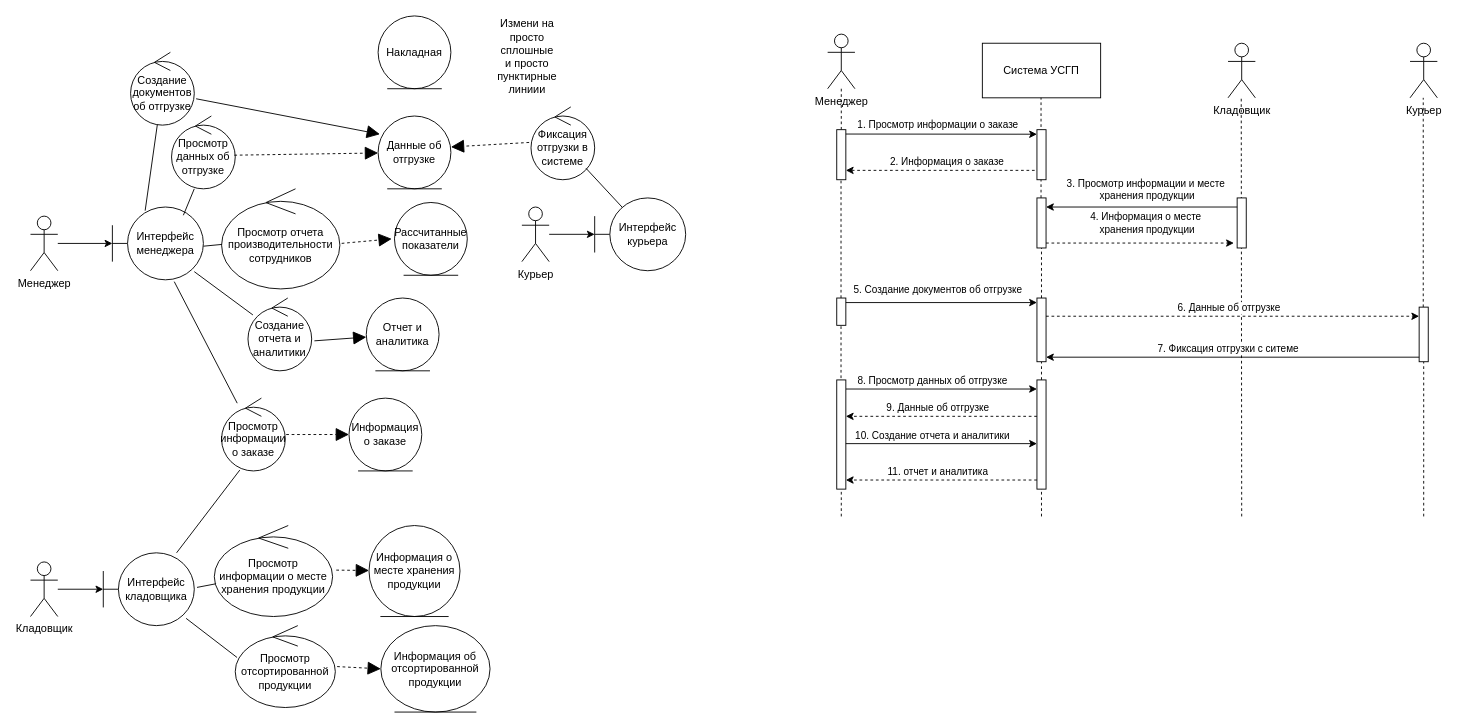
Before: ОРТПС_4.drawio in mopsin666/AKMS, a draw.io diagram. Source tidied: cells renumbered, new cells numbered last; positions are measured from the earlier drawing's top-left corner, leaving out a move shared by most shapes. Both pictures are drawn from the tidied source at 91%, with x=0, y=0 at pixel (30, 15).
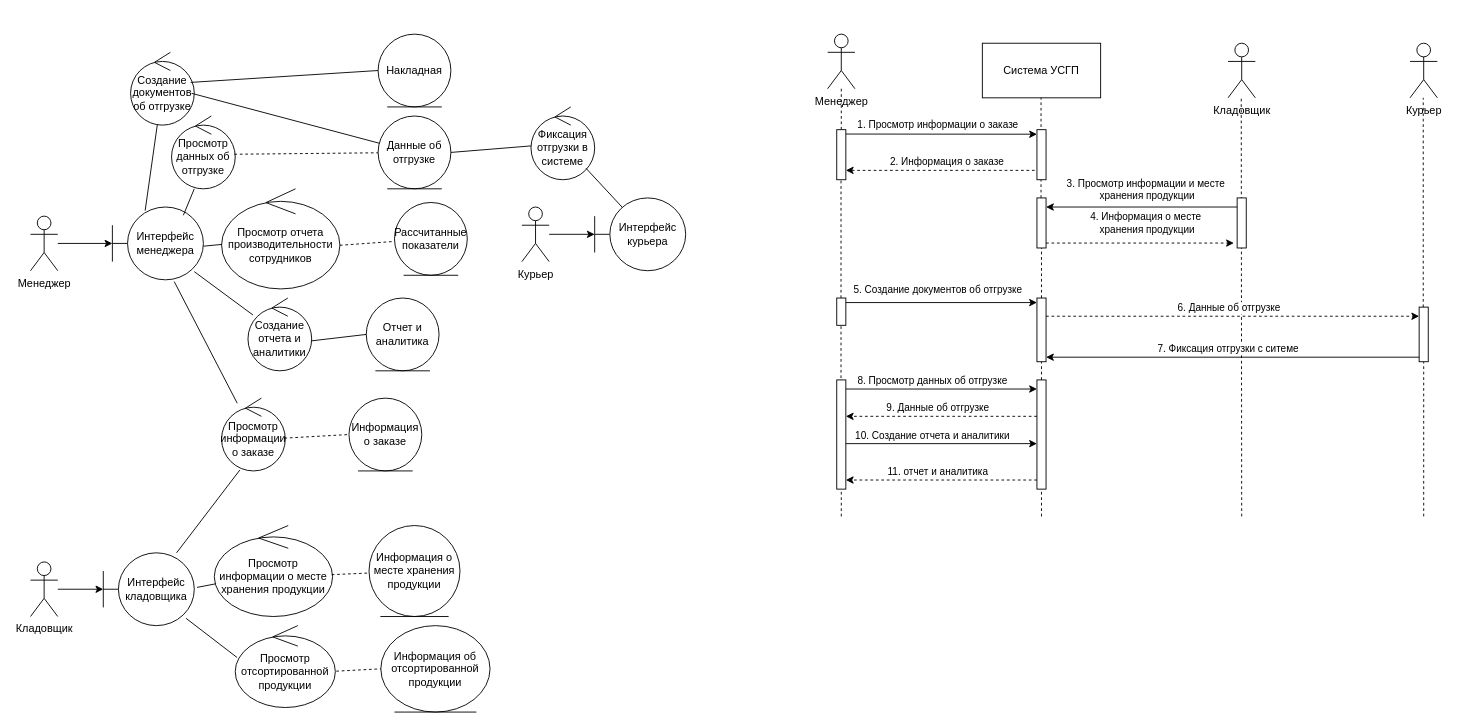
Above is the later version.

Unchanged cells that the change refers to:
```xml
<mxCell id="5" value="Просмотр информации о заказе" style="ellipse;shape=umlControl;whiteSpace=wrap;html=1;" parent="1" vertex="1">
  <mxGeometry x="210" y="420" width="70" height="80" as="geometry" />
</mxCell>
<mxCell id="6" value="Просмотр данных об отгрузке" style="ellipse;shape=umlControl;whiteSpace=wrap;html=1;" parent="1" vertex="1">
  <mxGeometry x="155" y="110" width="70" height="80" as="geometry" />
</mxCell>
<mxCell id="7" value="Просмотр отчета производительности сотрудников" style="ellipse;shape=umlControl;whiteSpace=wrap;html=1;" parent="1" vertex="1">
  <mxGeometry x="210" y="190" width="130" height="110" as="geometry" />
</mxCell>
<mxCell id="8" value="Создание отчета и аналитики" style="ellipse;shape=umlControl;whiteSpace=wrap;html=1;" parent="1" vertex="1">
  <mxGeometry x="239" y="310" width="70" height="80" as="geometry" />
</mxCell>
<mxCell id="9" value="Информация о заказе" style="ellipse;shape=umlEntity;whiteSpace=wrap;html=1;" parent="1" vertex="1">
  <mxGeometry x="350" y="420" width="80" height="80" as="geometry" />
</mxCell>
<mxCell id="10" value="Данные об отгрузке" style="ellipse;shape=umlEntity;whiteSpace=wrap;html=1;" parent="1" vertex="1">
  <mxGeometry x="382" y="110" width="80" height="80" as="geometry" />
</mxCell>
<mxCell id="11" value="Рассчитанные показатели" style="ellipse;shape=umlEntity;whiteSpace=wrap;html=1;" parent="1" vertex="1">
  <mxGeometry x="400" y="205" width="80" height="80" as="geometry" />
</mxCell>
<mxCell id="12" value="Отчет и аналитика" style="ellipse;shape=umlEntity;whiteSpace=wrap;html=1;" parent="1" vertex="1">
  <mxGeometry x="369" y="310" width="80" height="80" as="geometry" />
</mxCell>
<mxCell id="24" value="Просмотр отсортированной продукции" style="ellipse;shape=umlControl;whiteSpace=wrap;html=1;" parent="1" vertex="1">
  <mxGeometry x="225" y="670" width="110" height="90" as="geometry" />
</mxCell>
<mxCell id="25" value="Просмотр информации о месте хранения продукции" style="ellipse;shape=umlControl;whiteSpace=wrap;html=1;" parent="1" vertex="1">
  <mxGeometry x="202" y="560" width="130" height="100" as="geometry" />
</mxCell>
<mxCell id="26" value="Информация о месте хранения продукции" style="ellipse;shape=umlEntity;whiteSpace=wrap;html=1;" parent="1" vertex="1">
  <mxGeometry x="372" y="560" width="100" height="100" as="geometry" />
</mxCell>
<mxCell id="27" value="Информация об отсортированной продукции" style="ellipse;shape=umlEntity;whiteSpace=wrap;html=1;" parent="1" vertex="1">
  <mxGeometry x="385" y="670" width="120" height="95" as="geometry" />
</mxCell>
<mxCell id="36" value="Фиксация отгрузки в системе" style="ellipse;shape=umlControl;whiteSpace=wrap;html=1;" parent="1" vertex="1">
  <mxGeometry x="550" y="100" width="70" height="80" as="geometry" />
</mxCell>
<mxCell id="37" value="Создание документов об отгрузке" style="ellipse;shape=umlControl;whiteSpace=wrap;html=1;" parent="1" vertex="1">
  <mxGeometry x="110" y="40" width="70" height="80" as="geometry" />
</mxCell>
```

The edit, as a diff of the source:
```diff
@@
-    <mxCell id="17" style="endArrow=block;dashed=1;endFill=1;endSize=12;html=1;rounded=0;curved=0;entryX=0;entryY=0.5;entryDx=0;entryDy=0;" parent="1" edge="1" target="9">
-      <mxGeometry relative="1" as="geometry">
-        <mxPoint x="281" y="460" as="sourcePoint" />
-      </mxGeometry>
-    </mxCell>
-    <mxCell id="18" style="endArrow=block;dashed=1;endFill=1;endSize=12;html=1;rounded=0;curved=0;exitX=0.986;exitY=0.538;exitDx=0;exitDy=0;exitPerimeter=0;" parent="1" edge="1" source="6" target="10">
-      <mxGeometry relative="1" as="geometry" />
-    </mxCell>
-    <mxCell id="19" style="endArrow=block;dashed=1;endFill=1;endSize=12;html=1;rounded=0;curved=0;exitX=1.015;exitY=0.545;exitDx=0;exitDy=0;exitPerimeter=0;" parent="1" edge="1" source="7">
-      <mxGeometry relative="1" as="geometry">
-        <mxPoint x="397" y="245" as="targetPoint" />
-      </mxGeometry>
-    </mxCell>
-    <mxCell id="20" style="endArrow=block;endFill=1;endSize=12;html=1;rounded=0;curved=0;exitX=1.043;exitY=0.588;exitDx=0;exitDy=0;exitPerimeter=0;" parent="1" edge="1" source="8" target="12">
-      <mxGeometry relative="1" as="geometry" />
-    </mxCell>
@@
-    <mxCell id="30" style="endArrow=block;dashed=1;endFill=1;endSize=12;html=1;rounded=0;curved=0;exitX=1.031;exitY=0.49;exitDx=0;exitDy=0;exitPerimeter=0;" parent="1" edge="1" source="25" target="26">
-      <mxGeometry relative="1" as="geometry" />
-    </mxCell>
-    <mxCell id="31" style="endArrow=block;dashed=1;endFill=1;endSize=12;html=1;rounded=0;curved=0;exitX=1.018;exitY=0.5;exitDx=0;exitDy=0;exitPerimeter=0;entryX=0;entryY=0.5;entryDx=0;entryDy=0;" parent="1" edge="1" source="24" target="27">
-      <mxGeometry relative="1" as="geometry" />
-    </mxCell>
@@
-    <mxCell id="39" style="endArrow=block;endFill=1;endSize=12;html=1;rounded=0;curved=0;exitX=1.029;exitY=0.638;exitDx=0;exitDy=0;exitPerimeter=0;entryX=0.025;entryY=0.25;entryDx=0;entryDy=0;entryPerimeter=0;" parent="1" edge="1" source="37" target="10">
-      <mxGeometry relative="1" as="geometry" />
-    </mxCell>
@@
-    <mxCell id="41" style="endArrow=block;dashed=1;endFill=1;endSize=12;html=1;rounded=0;curved=0;exitX=-0.029;exitY=0.488;exitDx=0;exitDy=0;exitPerimeter=0;entryX=1;entryY=0.425;entryDx=0;entryDy=0;entryPerimeter=0;" parent="1" edge="1" source="36" target="10">
-      <mxGeometry relative="1" as="geometry" />
-    </mxCell>
@@
     <mxCell id="88" value="Накладная" style="ellipse;shape=umlEntity;whiteSpace=wrap;html=1;" parent="1" vertex="1">
-      <mxGeometry x="382" width="80" height="80" as="geometry" />
+      <mxGeometry x="382" y="20" width="80" height="80" as="geometry" />
     </mxCell>
-    <mxCell id="89" value="Измени на просто сплошные и просто пунктирные линиии" style="text;html=1;whiteSpace=wrap;strokeColor=none;fillColor=none;align=center;verticalAlign=middle;rounded=0;" parent="1" vertex="1">
-      <mxGeometry x="516" y="30" width="60" height="30" as="geometry" />
-    </mxCell>
+    <mxCell id="90" style="endArrow=none;html=1;rounded=0;exitX=0.943;exitY=0.413;exitDx=0;exitDy=0;exitPerimeter=0;entryX=0;entryY=0.5;entryDx=0;entryDy=0;" parent="1" edge="1" source="37" target="88">
+      <mxGeometry relative="1" as="geometry" />
+    </mxCell>
+    <mxCell id="39" style="endArrow=none;html=1;rounded=0;exitX=0.957;exitY=0.563;exitDx=0;exitDy=0;exitPerimeter=0;" parent="1" edge="1" source="37" target="10">
+      <mxGeometry relative="1" as="geometry" />
+    </mxCell>
+    <mxCell id="20" style="endArrow=none;html=1;rounded=0;exitX=1;exitY=0.588;exitDx=0;exitDy=0;exitPerimeter=0;entryX=0;entryY=0.5;entryDx=0;entryDy=0;" parent="1" edge="1" source="8" target="12">
+      <mxGeometry relative="1" as="geometry" />
+    </mxCell>
+    <mxCell id="91" style="endArrow=none;html=1;rounded=0;exitX=1;exitY=0.5;exitDx=0;exitDy=0;" parent="1" edge="1" source="10" target="36">
+      <mxGeometry relative="1" as="geometry" />
+    </mxCell>
+    <mxCell id="18" style="endArrow=none;dashed=1;html=1;rounded=0;exitX=0.986;exitY=0.525;exitDx=0;exitDy=0;exitPerimeter=0;" parent="1" edge="1" source="6" target="10">
+      <mxGeometry relative="1" as="geometry" />
+    </mxCell>
+    <mxCell id="92" style="endArrow=none;dashed=1;html=1;rounded=0;exitX=1;exitY=0.564;exitDx=0;exitDy=0;exitPerimeter=0;" parent="1" edge="1" source="7" target="11">
+      <mxGeometry relative="1" as="geometry" />
+    </mxCell>
+    <mxCell id="93" style="endArrow=none;dashed=1;html=1;rounded=0;exitX=0.986;exitY=0.55;exitDx=0;exitDy=0;exitPerimeter=0;entryX=0;entryY=0.5;entryDx=0;entryDy=0;" parent="1" edge="1" source="5" target="9">
+      <mxGeometry relative="1" as="geometry" />
+    </mxCell>
+    <mxCell id="30" style="endArrow=none;dashed=1;html=1;rounded=0;exitX=0.992;exitY=0.54;exitDx=0;exitDy=0;exitPerimeter=0;" parent="1" edge="1" source="25" target="26">
+      <mxGeometry relative="1" as="geometry" />
+    </mxCell>
+    <mxCell id="31" style="endArrow=none;dashed=1;html=1;rounded=0;exitX=1.009;exitY=0.556;exitDx=0;exitDy=0;exitPerimeter=0;entryX=0;entryY=0.5;entryDx=0;entryDy=0;" parent="1" edge="1" source="24" target="27">
+      <mxGeometry relative="1" as="geometry" />
+    </mxCell>
```
